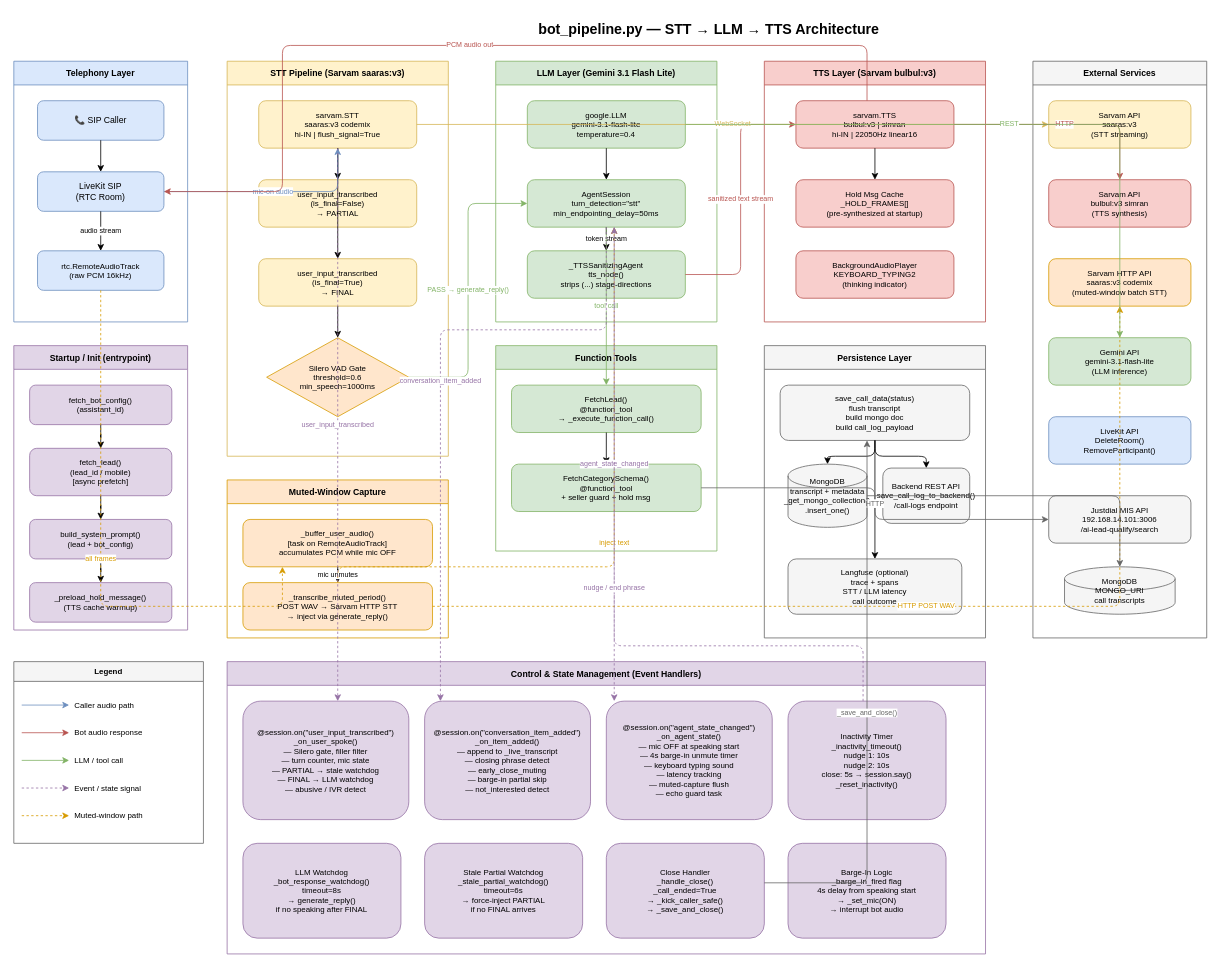
The draw.io diagram bot_pipeline_architecture.drawio in shaileshjaiswalwins/voicebot_nodcode_platform, before the edit. Source tidied: cells renumbered, new cells numbered last; positions are measured from the earlier drawing's top-left corner, leaving out a move shared by most shapes. Both pictures are drawn from the tidied source at 79%, with x=0, y=0 at pixel (13, 13).
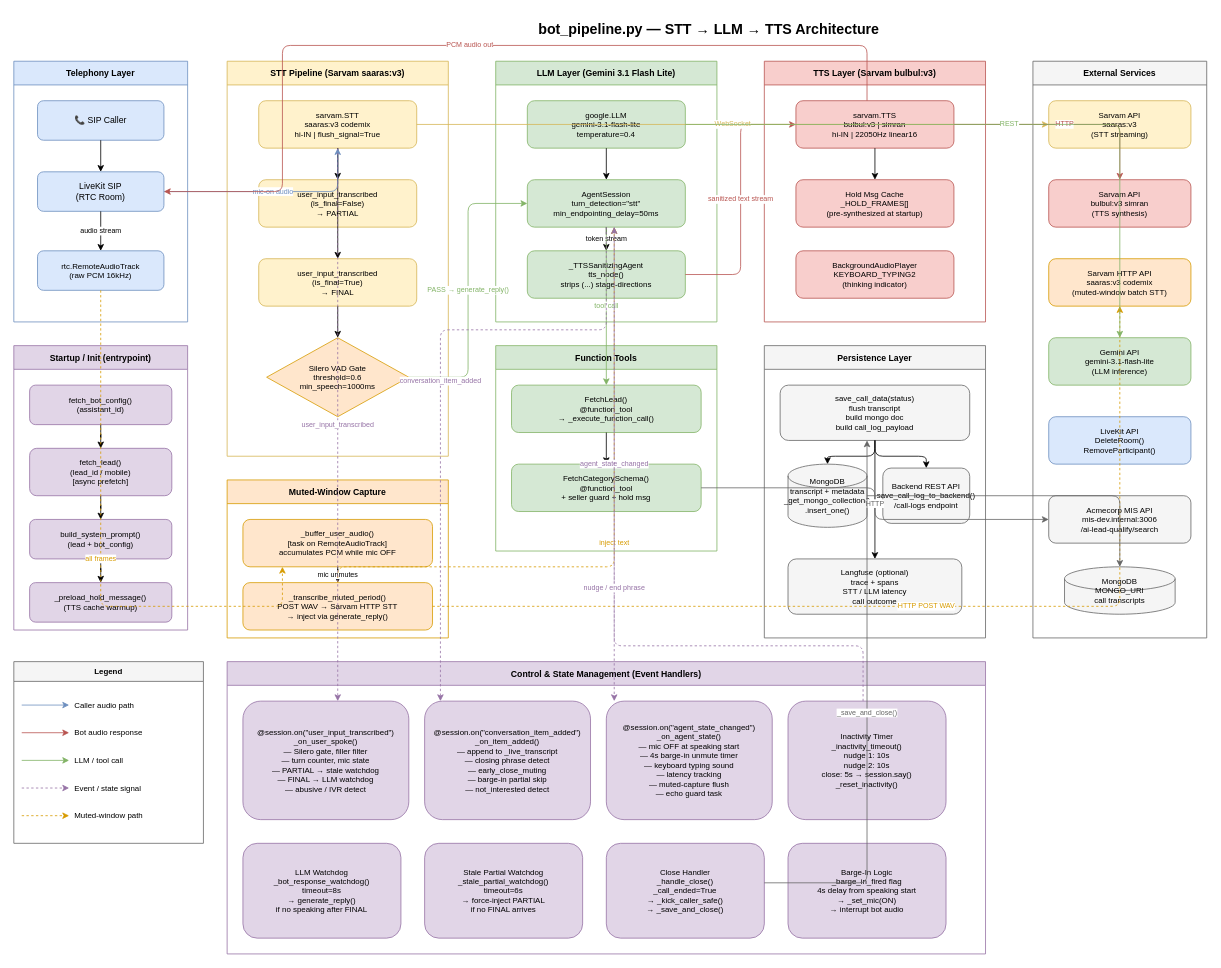
The same page after the edit.

The change refers to these unchanged cells:
```xml
<mxCell id="61" value="External Services" style="swimlane;startSize=30;fillColor=#f5f5f5;strokeColor=#666666;fontStyle=1;fontSize=11;" parent="1" vertex="1">
  <mxGeometry x="1290" y="60" width="220" height="730" as="geometry" />
</mxCell>
```

The edit, as a diff of the source:
```diff
@@
-    <mxCell id="67" value="Justdial MIS API&#10;192.168.14.101:3006&#10;/ai-lead-qualify/search" style="rounded=1;whiteSpace=wrap;html=1;fillColor=#f5f5f5;strokeColor=#666666;fontSize=10;" parent="61" vertex="1">
+    <mxCell id="67" value="Acmecorp MIS API&#10;mis-dev.internal:3006&#10;/ai-lead-qualify/search" style="rounded=1;whiteSpace=wrap;html=1;fillColor=#f5f5f5;strokeColor=#666666;fontSize=10;" parent="61" vertex="1">
       <mxGeometry x="20" y="550" width="180" height="60" as="geometry" />
     </mxCell>
```
